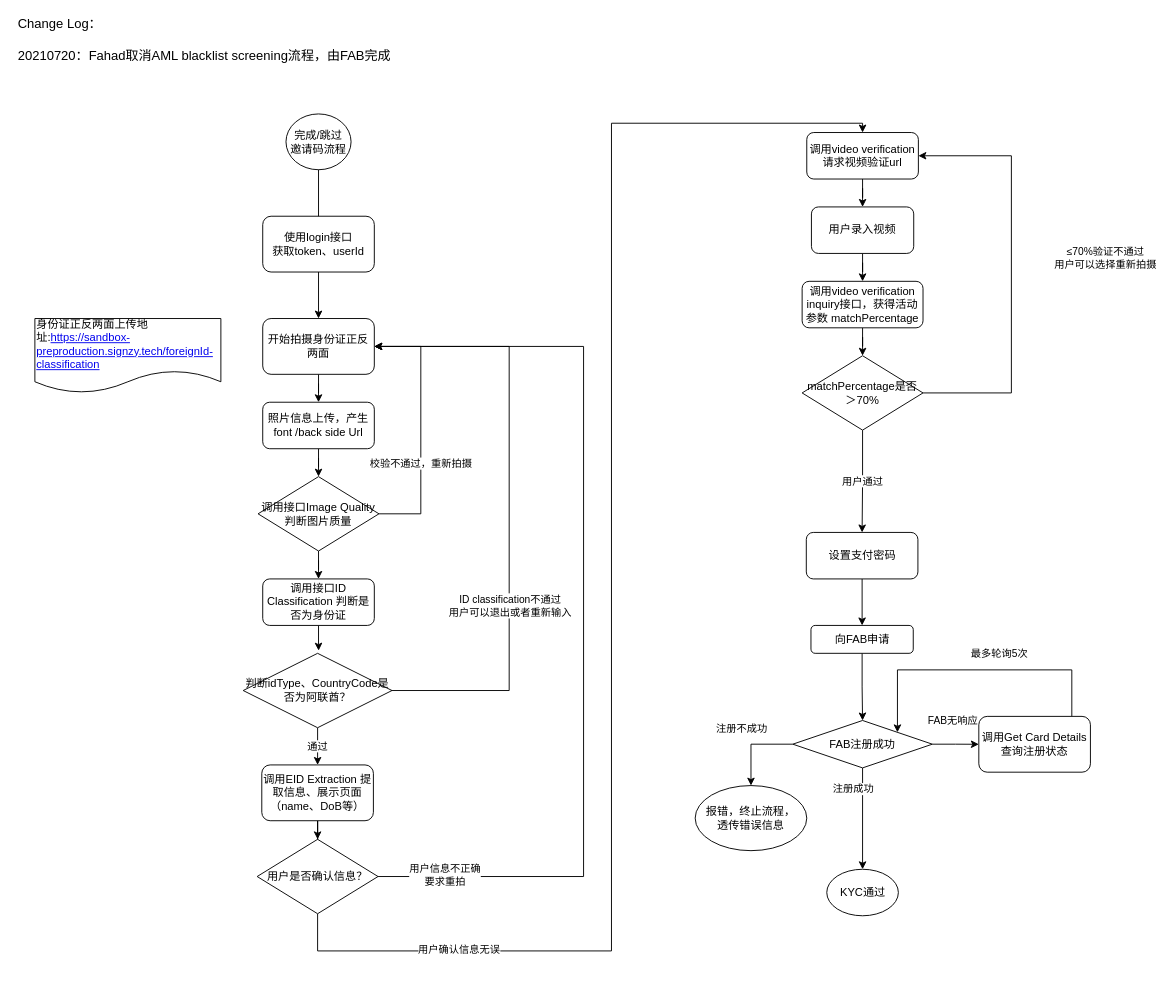
Before: Tiqmo UAE KYC.drawio in MarkYongfengZheng/WFT, a draw.io diagram. Source tidied: cells renumbered, new cells numbered last; positions are measured from the earlier drawing's top-left corner, leaving out a move shared by most shapes. Both pictures are drawn from the tidied source at 93%, with x=0, y=0 at pixel (16, 30).
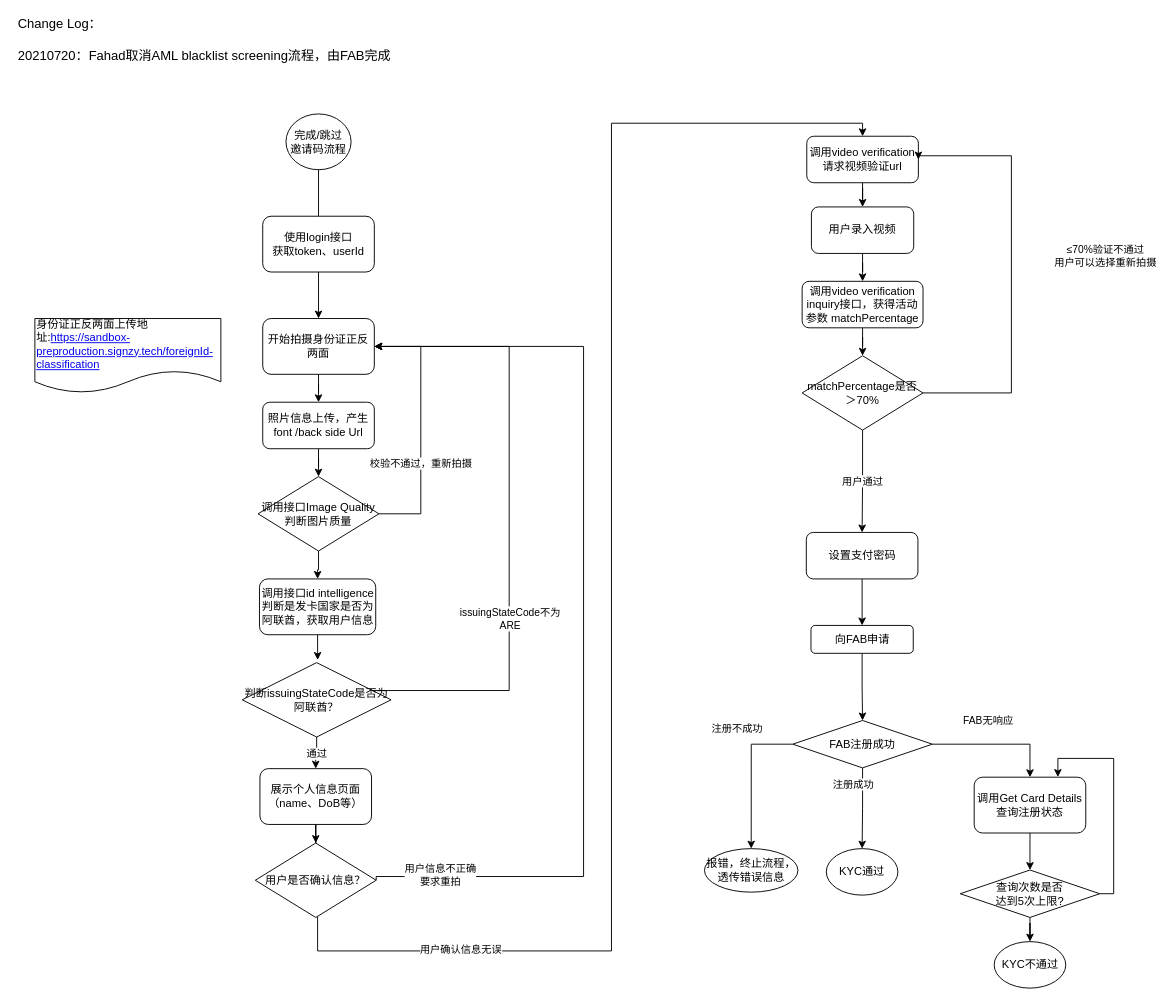
The same diagram, later.

Unchanged cells that the change refers to:
```xml
<mxCell id="3" value="开始拍摄身份证正反两面" style="rounded=1;whiteSpace=wrap;html=1;" parent="1" vertex="1">
  <mxGeometry x="265" y="310" width="120" height="60" as="geometry" />
</mxCell>
<mxCell id="29" value="FAB注册成功" style="rhombus;whiteSpace=wrap;html=1;" parent="1" vertex="1">
  <mxGeometry x="835" y="742.2" width="150" height="51" as="geometry" />
</mxCell>
<mxCell id="34" style="edgeStyle=orthogonalEdgeStyle;rounded=0;jettySize=auto;html=1;entryX=1;entryY=0.5;entryDx=0;entryDy=0;" parent="1" edge="1" source="37" target="3">
  <mxGeometry relative="1" as="geometry">
    <Array as="points">
      <mxPoint x="530" y="710" />
      <mxPoint x="530" y="340" />
    </Array>
  </mxGeometry>
</mxCell>
```

Change to the diagram source:
```diff
@@
-    <mxCell id="13" value="调用接口ID Classification 判断是否为身份证" style="rounded=1;whiteSpace=wrap;html=1;" parent="1" vertex="1">
-      <mxGeometry x="265" y="590" width="120" height="50" as="geometry" />
+    <mxCell id="13" value="调用接口id intelligence判断是发卡国家是否为阿联酋，获取用户信息" style="rounded=1;whiteSpace=wrap;html=1;" parent="1" vertex="1">
+      <mxGeometry x="261.5" y="590" width="125" height="60" as="geometry" />
     </mxCell>
-    <mxCell id="14" style="edgeStyle=orthogonalEdgeStyle;rounded=0;jettySize=auto;html=1;entryX=1;entryY=0.5;entryDx=0;entryDy=0;" parent="1" edge="1" source="18" target="3">
+    <mxCell id="14" style="edgeStyle=orthogonalEdgeStyle;rounded=0;jettySize=auto;html=1;entryX=1;entryY=0.5;entryDx=0;entryDy=0;exitX=1;exitY=0.5;exitDx=0;exitDy=0;" parent="1" edge="1" source="18" target="3">
       <mxGeometry relative="1" as="geometry">
         <Array as="points">
+          <mxPoint x="387" y="910" />
           <mxPoint x="610" y="910" />
           <mxPoint x="610" y="340" />
         </Array>
       </mxGeometry>
     </mxCell>
@@
     <mxCell id="18" value="用户是否确认信息？" style="rhombus;whiteSpace=wrap;html=1;" parent="1" vertex="1">
-      <mxGeometry x="259" y="870" width="130" height="80" as="geometry" />
+      <mxGeometry x="257" y="874" width="130" height="80" as="geometry" />
     </mxCell>
@@
     <mxCell id="20" value="报错，终止流程，&lt;br&gt;透传错误信息" style="ellipse;whiteSpace=wrap;html=1;" parent="1" vertex="1">
-      <mxGeometry x="730" y="812.2" width="120" height="70" as="geometry" />
+      <mxGeometry x="740" y="880" width="100.5" height="46.8" as="geometry" />
     </mxCell>
@@
     <mxCell id="30" value="KYC通过" style="ellipse;whiteSpace=wrap;html=1;" parent="1" vertex="1">
-      <mxGeometry x="871.5" y="902.2" width="77" height="50" as="geometry" />
+      <mxGeometry x="871" y="880" width="77" height="50" as="geometry" />
     </mxCell>
@@
-    <mxCell id="35" value="ID classification不通过&lt;br&gt;用户可以退出或者重新输入" style="edgeLabel;html=1;align=center;verticalAlign=middle;" parent="34" vertex="1">
+    <mxCell id="35" value="issuingStateCode不为&lt;br&gt;ARE" style="edgeLabel;html=1;align=center;verticalAlign=middle;" parent="34" vertex="1">
       <mxGeometry x="-0.32" relative="1" as="geometry" />
     </mxCell>
@@
-    <mxCell id="37" value="判断idType、CountryCode是否为阿联酋？" style="rhombus;whiteSpace=wrap;html=1;align=center;" parent="1" vertex="1">
-      <mxGeometry x="244" y="670" width="160" height="80" as="geometry" />
+    <mxCell id="37" value="判断issuingStateCode是否为阿联酋？" style="rhombus;whiteSpace=wrap;html=1;align=center;" parent="1" vertex="1">
+      <mxGeometry x="243" y="680" width="160" height="80" as="geometry" />
     </mxCell>
@@
-    <mxCell id="39" value="调用EID Extraction 提取信息、展示页面（name、DoB等）" style="rounded=1;whiteSpace=wrap;html=1;align=center;" parent="1" vertex="1">
-      <mxGeometry x="264" y="790" width="120" height="60" as="geometry" />
+    <mxCell id="39" value="展示个人信息页面（name、DoB等）" style="rounded=1;whiteSpace=wrap;html=1;align=center;" parent="1" vertex="1">
+      <mxGeometry x="262" y="794" width="120" height="60" as="geometry" />
     </mxCell>
@@
     <mxCell id="41" value="调用video verification&lt;br&gt;请求视频验证url" style="rounded=1;whiteSpace=wrap;html=1;" parent="1" vertex="1">
-      <mxGeometry x="850" y="110" width="120" height="50" as="geometry" />
+      <mxGeometry x="850" y="114" width="120" height="50" as="geometry" />
     </mxCell>
@@
-    <mxCell id="49" style="edgeStyle=orthogonalEdgeStyle;rounded=0;jettySize=auto;html=1;entryX=1;entryY=0;entryDx=0;entryDy=0;" parent="1" edge="1" source="51" target="29">
+    <mxCell id="49" style="edgeStyle=orthogonalEdgeStyle;rounded=0;jettySize=auto;html=1;entryX=0.5;entryY=0;entryDx=0;entryDy=0;exitX=0.5;exitY=1;exitDx=0;exitDy=0;" parent="1" edge="1" source="51" target="55">
       <mxGeometry relative="1" as="geometry">
         <Array as="points">
-          <mxPoint x="1135" y="687.8" />
-          <mxPoint x="948" y="687.8" />
+          <mxPoint x="1090" y="870" />
+          <mxPoint x="1090" y="870" />
         </Array>
       </mxGeometry>
     </mxCell>
-    <mxCell id="50" value="最多轮询5次" style="edgeLabel;html=1;align=center;verticalAlign=middle;" parent="49" vertex="1">
-      <mxGeometry x="-0.15" y="4" relative="1" as="geometry">
-        <mxPoint y="-22" as="offset" />
-      </mxGeometry>
-    </mxCell>
     <mxCell id="51" value="调用Get Card Details&lt;br&gt;查询注册状态" style="rounded=1;whiteSpace=wrap;html=1;" parent="1" vertex="1">
-      <mxGeometry x="1035" y="737.8" width="120" height="60" as="geometry" />
+      <mxGeometry x="1030" y="803.2" width="120" height="60" as="geometry" />
     </mxCell>
@@
+    <mxCell id="53" style="edgeStyle=orthogonalEdgeStyle;rounded=0;jettySize=auto;html=1;" parent="1" edge="1" source="55">
+      <mxGeometry relative="1" as="geometry">
+        <mxPoint x="1120" y="803" as="targetPoint" />
+        <Array as="points">
+          <mxPoint x="1180" y="929" />
+          <mxPoint x="1180" y="783" />
+          <mxPoint x="1120" y="783" />
+        </Array>
+      </mxGeometry>
+    </mxCell>
+    <mxCell id="54" style="edgeStyle=orthogonalEdgeStyle;rounded=0;jettySize=auto;html=1;" parent="1" edge="1" source="55" target="56">
+      <mxGeometry relative="1" as="geometry" />
+    </mxCell>
+    <mxCell id="55" value="查询次数是否&lt;br&gt;达到5次上限?" style="rhombus;whiteSpace=wrap;html=1;" parent="1" vertex="1">
+      <mxGeometry x="1015" y="903" width="150" height="51" as="geometry" />
+    </mxCell>
+    <mxCell id="56" value="KYC不通过" style="ellipse;whiteSpace=wrap;html=1;" parent="1" vertex="1">
+      <mxGeometry x="1051.5" y="980" width="77" height="50" as="geometry" />
+    </mxCell>
```
